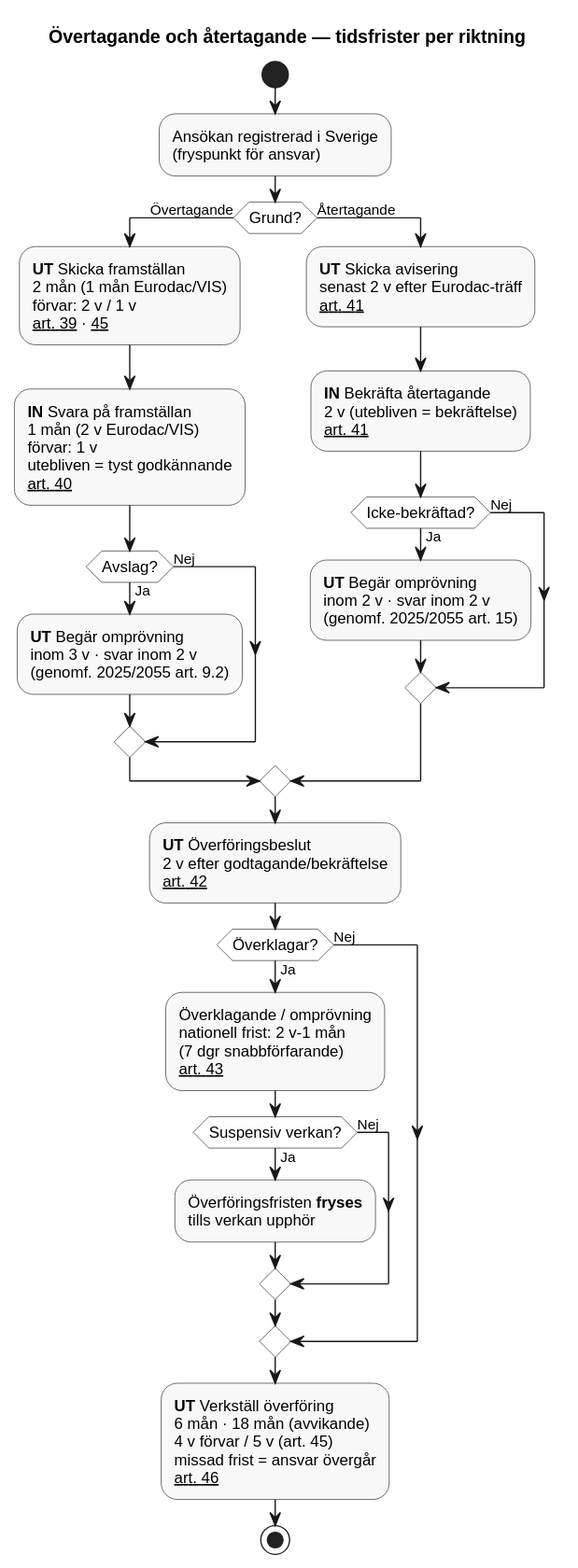
Before: docs/domains/responsibility/diagrams/take-charge-take-back-timelimits.svg, a diagram exported from PlantUML (chrhe894/migration_pact).
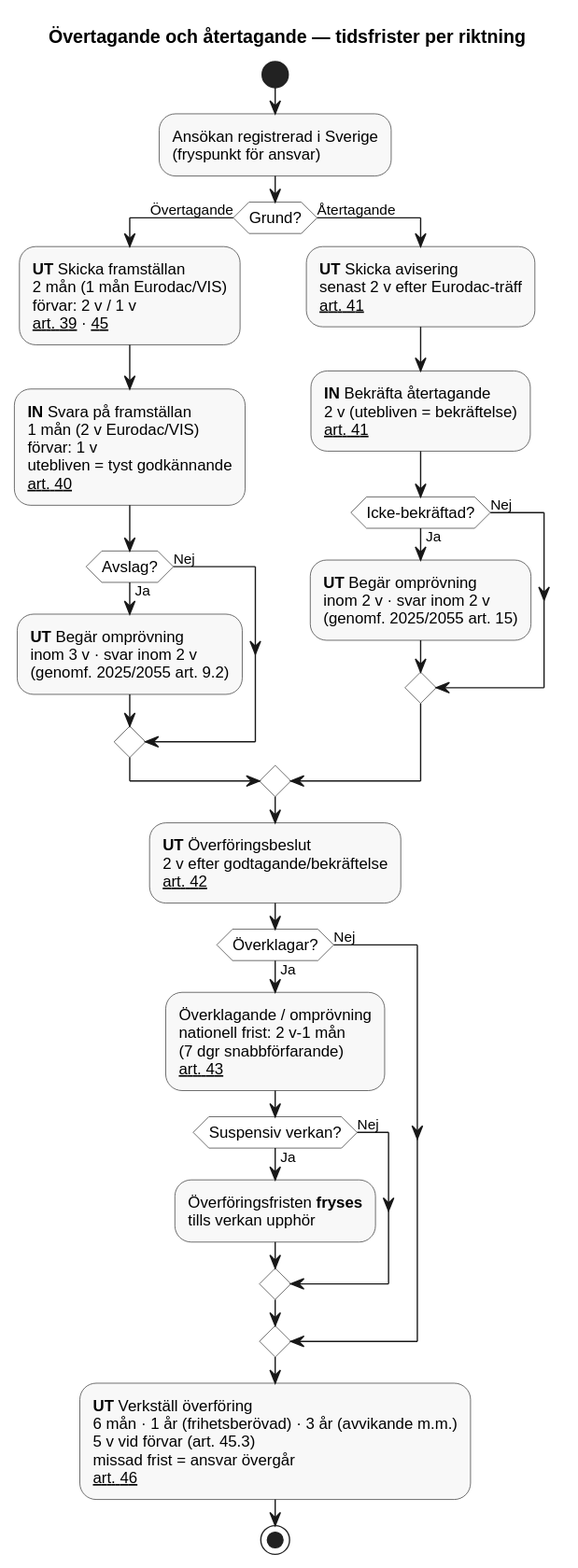
After the commit.

What changed in the source:
```diff
@@ -45,7 +45,7 @@
 else (Nej)
 endif
 
-:**UT** Verkställ överföring\n6 mån · 18 mån (avvikande)\n4 v förvar / 5 v (art. 45)\nmissad frist = ansvar övergår\n[[../articles/ammr-046.md art. 46]];
+:**UT** Verkställ överföring\n6 mån · 1 år (frihetsberövad) · 3 år (avvikande m.m.)\n5 v vid förvar (art. 45.3)\nmissad frist = ansvar övergår\n[[../articles/ammr-046.md art. 46]];
 
 stop
 @enduml
```
